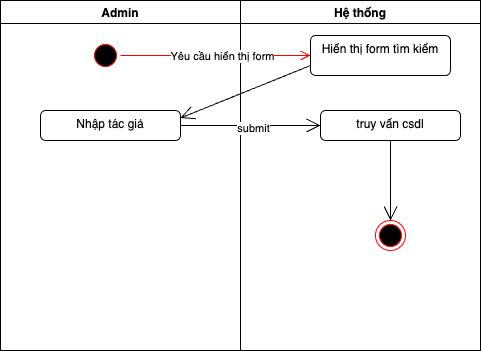
This is diagram/bdhd/tacgia/timkiem.png from tuanyh11/Comic, a draw.io export, as it was before one commit. Source tidied: cells renumbered, new cells last; positions are measured from the earlier drawing's top-left corner, leaving out a move shared by most shapes.
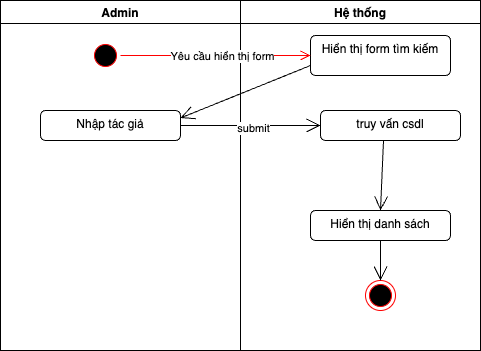
After the change.

What changed in the source:
```diff
@@ -20,12 +20,18 @@
     <mxCell id="7" value="truy vấn csdl" style="html=1;align=center;verticalAlign=top;rounded=1;absoluteArcSize=1;arcSize=10;dashed=0;whiteSpace=wrap;" parent="5" vertex="1">
       <mxGeometry x="80" y="110" width="140" height="30" as="geometry" />
     </mxCell>
+    <mxCell id="15" value="&lt;div&gt;Hiển thị danh sách&lt;/div&gt;" style="html=1;align=center;verticalAlign=top;rounded=1;absoluteArcSize=1;arcSize=10;dashed=0;whiteSpace=wrap;" parent="5" vertex="1">
+      <mxGeometry x="70" y="210" width="140" height="30" as="geometry" />
+    </mxCell>
+    <mxCell id="9" style="endArrow=open;endFill=1;endSize=12;html=1;exitX=0.45;exitY=1;exitDx=0;exitDy=0;entryX=0.5;entryY=0;entryDx=0;entryDy=0;exitPerimeter=0;" parent="5" edge="1" source="7" target="15">
+      <mxGeometry relative="1" as="geometry" />
+    </mxCell>
     <mxCell id="8" style="ellipse;html=1;shape=endState;fillColor=#000000;strokeColor=#ff0000;" parent="5" vertex="1">
-      <mxGeometry x="135" y="220" width="30" height="30" as="geometry" />
+      <mxGeometry x="125" y="280" width="30" height="30" as="geometry" />
     </mxCell>
-    <mxCell id="9" style="endArrow=open;endFill=1;endSize=12;html=1;" parent="5" edge="1" source="7" target="8">
-      <mxGeometry relative="1" as="geometry" />
-    </mxCell>
+    <mxCell id="16" style="endArrow=open;endFill=1;endSize=12;html=1;entryX=0.5;entryY=0;entryDx=0;entryDy=0;exitX=0.5;exitY=1;exitDx=0;exitDy=0;" parent="5" edge="1" source="15" target="8">
+      <mxGeometry relative="1" as="geometry" />
+    </mxCell>
     <mxCell id="10" style="edgeStyle=orthogonalEdgeStyle;html=1;verticalAlign=bottom;endArrow=open;endSize=8;strokeColor=#ff0000;" parent="1" edge="1" source="3" target="6">
       <mxGeometry relative="1" as="geometry" />
     </mxCell>
```
